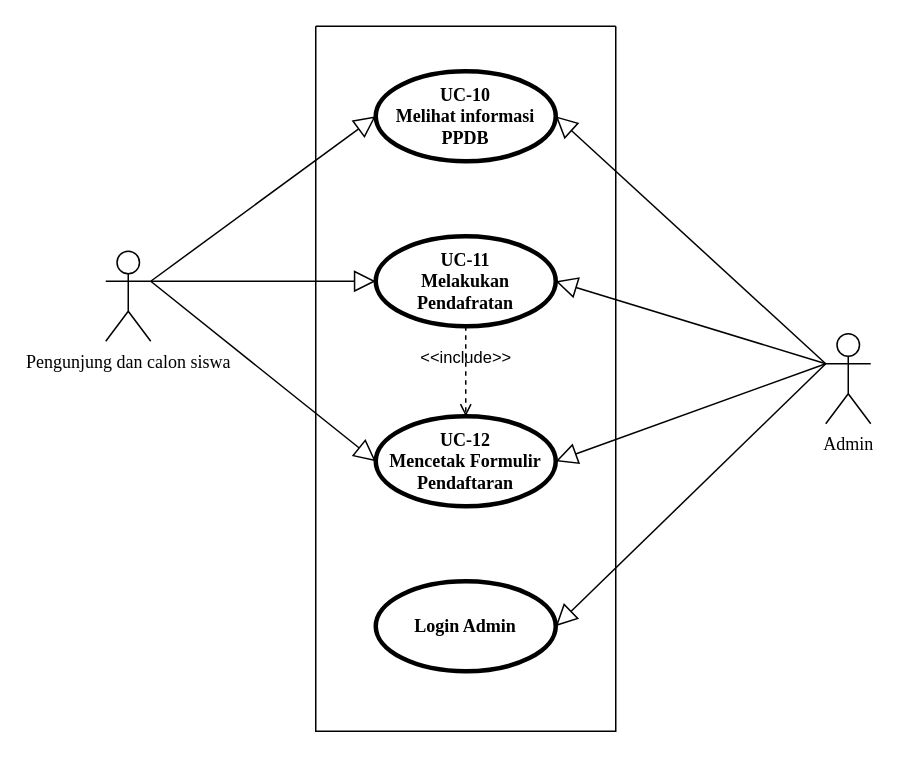
The draw.io diagram Usecase Pengunjung dan calon siswa.drawio in XxGembelxX/Rancangan_KP, before the edit. Source tidied: cells renumbered, new cells numbered last; positions are measured from the earlier drawing's top-left corner, leaving out a move shared by most shapes. Both pictures are drawn from the tidied source at 150%, with x=0, y=0 at pixel (105, 26).
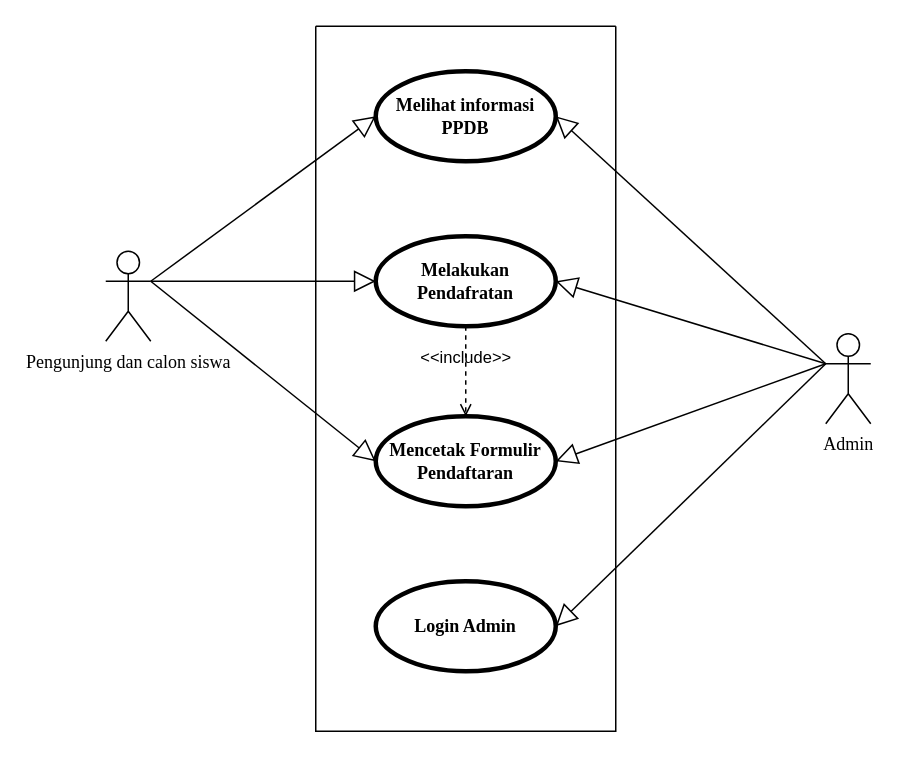
The same page after the edit.

Change to the diagram source:
```diff
@@
 <mxGraphModel>
   <root>
     <mxCell id="0" />
     <mxCell id="1" parent="0" />
     <mxCell id="2" style="swimlane;startSize=0;" parent="1" vertex="1">
       <mxGeometry x="140" width="200" height="470" as="geometry" />
     </mxCell>
-    <mxCell id="3" value="&lt;font face=&quot;Times New Roman&quot;&gt;UC-11&lt;br&gt;Melakukan Pendafratan&lt;/font&gt;" style="shape=ellipse;html=1;strokeWidth=3;fontStyle=1;whiteSpace=wrap;align=center;perimeter=ellipsePerimeter;" parent="2" vertex="1">
+    <mxCell id="3" value="&lt;font face=&quot;Times New Roman&quot;&gt;Melakukan Pendafratan&lt;/font&gt;" style="shape=ellipse;html=1;strokeWidth=3;fontStyle=1;whiteSpace=wrap;align=center;perimeter=ellipsePerimeter;" parent="2" vertex="1">
       <mxGeometry x="40" y="140" width="120" height="60" as="geometry" />
     </mxCell>
-    <mxCell id="4" value="&lt;font face=&quot;Times New Roman&quot;&gt;UC-12&lt;br&gt;Mencetak Formulir Pendaftaran&lt;/font&gt;" style="shape=ellipse;html=1;strokeWidth=3;fontStyle=1;whiteSpace=wrap;align=center;perimeter=ellipsePerimeter;" parent="2" vertex="1">
+    <mxCell id="4" value="&lt;font face=&quot;Times New Roman&quot;&gt;Mencetak Formulir Pendaftaran&lt;/font&gt;" style="shape=ellipse;html=1;strokeWidth=3;fontStyle=1;whiteSpace=wrap;align=center;perimeter=ellipsePerimeter;" parent="2" vertex="1">
       <mxGeometry x="40" y="260" width="120" height="60" as="geometry" />
     </mxCell>
     <mxCell id="5" value="&amp;lt;&amp;lt;include&amp;gt;&amp;gt;" style="edgeStyle=none;html=1;endArrow=open;verticalAlign=bottom;dashed=1;labelBackgroundColor=none;rounded=0;exitX=0.5;exitY=1;exitDx=0;exitDy=0;entryX=0.5;entryY=0;entryDx=0;entryDy=0;" parent="2" edge="1" source="3" target="4">
       <mxGeometry relative="1" as="geometry" />
     </mxCell>
-    <mxCell id="6" value="&lt;font face=&quot;Times New Roman&quot;&gt;UC-10&lt;br&gt;Melihat informasi PPDB&lt;/font&gt;" style="shape=ellipse;html=1;strokeWidth=3;fontStyle=1;whiteSpace=wrap;align=center;perimeter=ellipsePerimeter;" parent="2" vertex="1">
+    <mxCell id="6" value="&lt;font face=&quot;Times New Roman&quot;&gt;Melihat informasi PPDB&lt;/font&gt;" style="shape=ellipse;html=1;strokeWidth=3;fontStyle=1;whiteSpace=wrap;align=center;perimeter=ellipsePerimeter;" parent="2" vertex="1">
       <mxGeometry x="40" y="30" width="120" height="60" as="geometry" />
     </mxCell>
     <mxCell id="7" value="&lt;font face=&quot;Times New Roman&quot;&gt;Login Admin&lt;/font&gt;" style="shape=ellipse;html=1;strokeWidth=3;fontStyle=1;whiteSpace=wrap;align=center;perimeter=ellipsePerimeter;" parent="2" vertex="1">
       <mxGeometry x="40" y="370" width="120" height="60" as="geometry" />
     </mxCell>
     <mxCell id="8" value="&lt;font face=&quot;Times New Roman&quot;&gt;Pengunjung dan calon siswa&lt;/font&gt;" style="shape=umlActor;html=1;verticalLabelPosition=bottom;verticalAlign=top;align=center;" parent="1" vertex="1">
       <mxGeometry y="150" width="30" height="60" as="geometry" />
     </mxCell>
     <mxCell id="9" style="edgeStyle=none;html=1;endArrow=block;endFill=0;endSize=12;verticalAlign=bottom;rounded=0;exitX=1;exitY=0.3333333333333333;exitDx=0;exitDy=0;exitPerimeter=0;entryX=0;entryY=0.5;entryDx=0;entryDy=0;" parent="1" edge="1" source="8" target="4">
       <mxGeometry relative="1" as="geometry" />
     </mxCell>
     <mxCell id="10" style="edgeStyle=none;html=1;endArrow=block;endFill=0;endSize=12;verticalAlign=bottom;rounded=0;exitX=1;exitY=0.3333333333333333;exitDx=0;exitDy=0;exitPerimeter=0;entryX=0;entryY=0.5;entryDx=0;entryDy=0;" parent="1" edge="1" source="8" target="3">
       <mxGeometry relative="1" as="geometry" />
     </mxCell>
     <mxCell id="11" style="edgeStyle=none;html=1;endArrow=block;endFill=0;endSize=12;verticalAlign=bottom;rounded=0;exitX=1;exitY=0.3333333333333333;exitDx=0;exitDy=0;exitPerimeter=0;entryX=0;entryY=0.5;entryDx=0;entryDy=0;" parent="1" edge="1" source="8" target="6">
       <mxGeometry relative="1" as="geometry" />
     </mxCell>
     <mxCell id="12" value="&lt;font face=&quot;Times New Roman&quot;&gt;Admin&lt;/font&gt;" style="shape=umlActor;html=1;verticalLabelPosition=bottom;verticalAlign=top;align=center;" parent="1" vertex="1">
       <mxGeometry x="480" y="205" width="30" height="60" as="geometry" />
     </mxCell>
     <mxCell id="13" style="edgeStyle=none;html=1;endArrow=block;endFill=0;endSize=12;verticalAlign=bottom;rounded=0;exitX=0;exitY=0.3333333333333333;exitDx=0;exitDy=0;exitPerimeter=0;entryX=1;entryY=0.5;entryDx=0;entryDy=0;" parent="1" edge="1" source="12" target="6">
       <mxGeometry relative="1" as="geometry" />
     </mxCell>
     <mxCell id="14" style="edgeStyle=none;html=1;endArrow=block;endFill=0;endSize=12;verticalAlign=bottom;rounded=0;exitX=0;exitY=0.3333333333333333;exitDx=0;exitDy=0;exitPerimeter=0;entryX=1;entryY=0.5;entryDx=0;entryDy=0;" parent="1" edge="1" source="12" target="3">
       <mxGeometry relative="1" as="geometry" />
     </mxCell>
     <mxCell id="15" style="edgeStyle=none;html=1;endArrow=block;endFill=0;endSize=12;verticalAlign=bottom;rounded=0;exitX=0;exitY=0.3333333333333333;exitDx=0;exitDy=0;exitPerimeter=0;entryX=1;entryY=0.5;entryDx=0;entryDy=0;" parent="1" edge="1" source="12" target="4">
       <mxGeometry relative="1" as="geometry" />
     </mxCell>
     <mxCell id="16" style="edgeStyle=none;html=1;endArrow=block;endFill=0;endSize=12;verticalAlign=bottom;rounded=0;exitX=0;exitY=0.3333333333333333;exitDx=0;exitDy=0;exitPerimeter=0;entryX=1;entryY=0.5;entryDx=0;entryDy=0;" parent="1" edge="1" source="12" target="7">
       <mxGeometry relative="1" as="geometry" />
     </mxCell>
   </root>
 </mxGraphModel>
```
